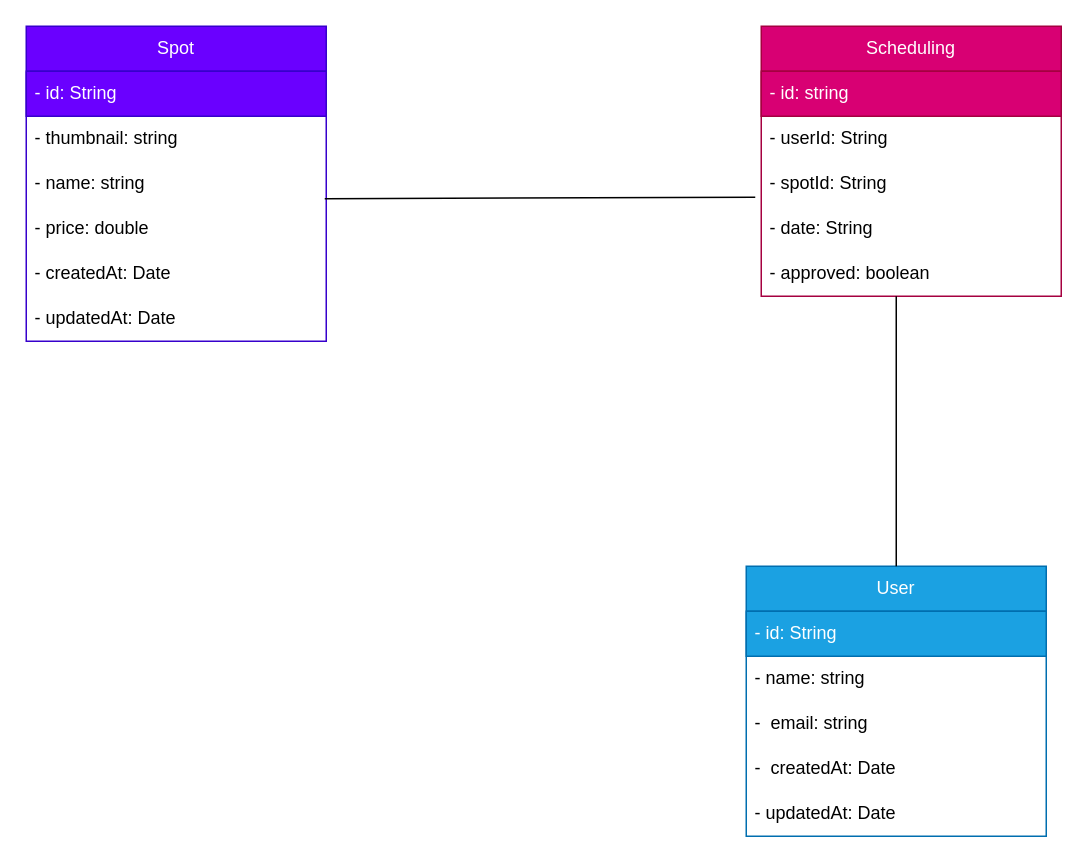
This is docs/diagram.drawio from Luke0195/instacoffeback, a draw.io file, before an edit. Source tidied: cells renumbered, new cells numbered last; positions are measured from the earlier drawing's top-left corner, leaving out a move shared by most shapes. Both pictures are drawn from the tidied source at 150%, with x=0, y=0 at pixel (26, 26).
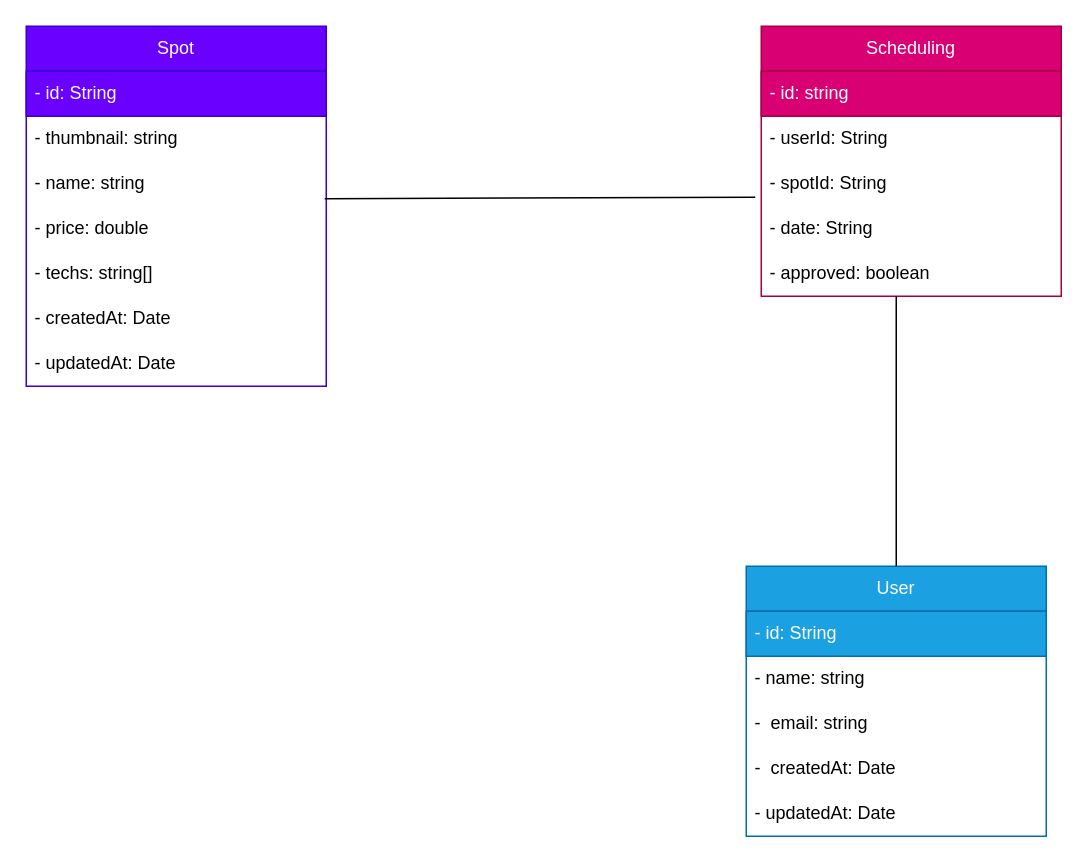
The same diagram, later.

The edit, as a diff of the source:
```diff
@@
     <mxCell id="8" value="Spot" style="swimlane;fontStyle=0;horizontal=1;startSize=30;whiteSpace=wrap;html=1;fillColor=#6a00ff;fontColor=#ffffff;strokeColor=#3700CC;" parent="1" vertex="1">
-      <mxGeometry width="200" height="210" as="geometry" />
+      <mxGeometry width="200" height="240" as="geometry" />
     </mxCell>
@@
+    <mxCell id="23" value="- price: double" style="text;strokeColor=none;fillColor=none;align=left;verticalAlign=middle;spacingLeft=4;spacingRight=4;overflow=hidden;whiteSpace=wrap;html=1;" parent="8" vertex="1">
+      <mxGeometry y="120" width="200" height="30" as="geometry" />
+    </mxCell>
-    <mxCell id="12" value="- price: double" style="text;strokeColor=none;fillColor=none;align=left;verticalAlign=middle;spacingLeft=4;spacingRight=4;overflow=hidden;whiteSpace=wrap;html=1;" parent="8" vertex="1">
-      <mxGeometry y="120" width="200" height="30" as="geometry" />
+    <mxCell id="12" value="- techs: string[]" style="text;strokeColor=none;fillColor=none;align=left;verticalAlign=middle;spacingLeft=4;spacingRight=4;overflow=hidden;whiteSpace=wrap;html=1;" parent="8" vertex="1">
+      <mxGeometry y="150" width="200" height="30" as="geometry" />
     </mxCell>
     <mxCell id="13" value="- createdAt: Date" style="text;strokeColor=none;fillColor=none;align=left;verticalAlign=middle;spacingLeft=4;spacingRight=4;overflow=hidden;whiteSpace=wrap;html=1;" parent="8" vertex="1">
-      <mxGeometry y="150" width="200" height="30" as="geometry" />
+      <mxGeometry y="180" width="200" height="30" as="geometry" />
     </mxCell>
     <mxCell id="14" value="- updatedAt: Date" style="text;strokeColor=none;fillColor=none;align=left;verticalAlign=middle;spacingLeft=4;spacingRight=4;overflow=hidden;whiteSpace=wrap;html=1;" parent="8" vertex="1">
-      <mxGeometry y="180" width="200" height="30" as="geometry" />
+      <mxGeometry y="210" width="200" height="30" as="geometry" />
     </mxCell>
```
